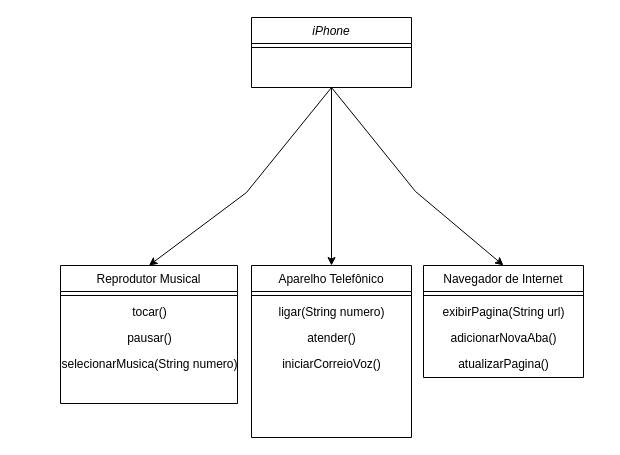
Earlier version of the draw.io diagram desafios/poo/Diagrama Desafio POO.drawio (gVesco/trilha-java-basico). Source tidied: cells renumbered, new cells numbered last; positions are measured from the earlier drawing's top-left corner, leaving out a move shared by most shapes. Both pictures are drawn from the tidied source at 100%, with x=0, y=0 at pixel (60, 17).
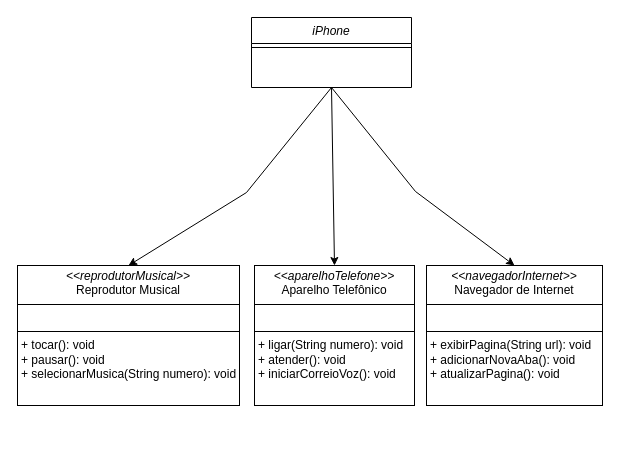
Above is the later version.

Unchanged cells that the change refers to:
```xml
<mxCell id="2" value="iPhone" style="swimlane;fontStyle=2;align=center;verticalAlign=top;horizontal=1;startSize=26;rounded=0;shadow=0;strokeWidth=1;" parent="1" vertex="1">
  <mxGeometry x="191" width="160" height="70" as="geometry" />
</mxCell>
```

The edit, as a diff of the source:
```diff
@@
-    <mxCell id="4" value="Reprodutor Musical" style="swimlane;fontStyle=0;align=center;verticalAlign=top;horizontal=1;startSize=26;rounded=0;shadow=0;strokeWidth=1;" parent="1" vertex="1">
-      <mxGeometry y="248" width="177" height="138" as="geometry" />
-    </mxCell>
-    <mxCell id="5" style="line;html=1;strokeWidth=1;align=left;verticalAlign=middle;spacingTop=-1;spacingLeft=3;spacingRight=3;labelPosition=right;" parent="4" vertex="1">
-      <mxGeometry y="26" width="177" height="8" as="geometry" />
-    </mxCell>
-    <mxCell id="6" value="tocar()" style="text;html=1;align=center;verticalAlign=middle;strokeColor=none;fillColor=none;" parent="4" vertex="1">
-      <mxGeometry y="34" width="177" height="26" as="geometry" />
-    </mxCell>
-    <mxCell id="7" value="pausar()" style="text;html=1;align=center;verticalAlign=middle;strokeColor=none;fillColor=none;" parent="4" vertex="1">
-      <mxGeometry y="60" width="177" height="26" as="geometry" />
-    </mxCell>
-    <mxCell id="8" value="selecionarMusica(String numero)" style="text;html=1;align=center;verticalAlign=middle;strokeColor=none;fillColor=none;" parent="4" vertex="1">
-      <mxGeometry y="86" width="177" height="26" as="geometry" />
-    </mxCell>
-    <mxCell id="9" value="Aparelho Telefônico" style="swimlane;fontStyle=0;align=center;verticalAlign=top;horizontal=1;startSize=26;rounded=0;shadow=0;strokeWidth=1;" parent="1" vertex="1">
-      <mxGeometry x="191" y="248" width="160" height="172" as="geometry" />
-    </mxCell>
-    <mxCell id="10" style="line;html=1;strokeWidth=1;align=left;verticalAlign=middle;spacingTop=-1;spacingLeft=3;spacingRight=3;labelPosition=right;" parent="9" vertex="1">
-      <mxGeometry y="26" width="160" height="8" as="geometry" />
-    </mxCell>
-    <mxCell id="11" value="ligar(String numero)" style="text;html=1;align=center;verticalAlign=middle;strokeColor=none;fillColor=none;" parent="9" vertex="1">
-      <mxGeometry y="34" width="160" height="26" as="geometry" />
-    </mxCell>
-    <mxCell id="12" value="atender()" style="text;html=1;align=center;verticalAlign=middle;strokeColor=none;fillColor=none;" parent="9" vertex="1">
-      <mxGeometry y="60" width="160" height="26" as="geometry" />
-    </mxCell>
-    <mxCell id="13" value="iniciarCorreioVoz()" style="text;html=1;align=center;verticalAlign=middle;strokeColor=none;fillColor=none;" parent="9" vertex="1">
-      <mxGeometry y="86" width="160" height="26" as="geometry" />
-    </mxCell>
-    <mxCell id="14" value="Navegador de Internet" style="swimlane;fontStyle=0;align=center;verticalAlign=top;horizontal=1;startSize=26;rounded=0;shadow=0;strokeWidth=1;" parent="1" vertex="1">
-      <mxGeometry x="363" y="248" width="160" height="112" as="geometry" />
-    </mxCell>
-    <mxCell id="15" style="line;html=1;strokeWidth=1;align=left;verticalAlign=middle;spacingTop=-1;spacingLeft=3;spacingRight=3;labelPosition=right;" parent="14" vertex="1">
-      <mxGeometry y="26" width="160" height="8" as="geometry" />
-    </mxCell>
-    <mxCell id="16" value="exibirPagina(String url)" style="text;html=1;align=center;verticalAlign=middle;strokeColor=none;fillColor=none;" parent="14" vertex="1">
-      <mxGeometry y="34" width="160" height="26" as="geometry" />
-    </mxCell>
-    <mxCell id="17" value="adicionarNovaAba()" style="text;html=1;align=center;verticalAlign=middle;strokeColor=none;fillColor=none;" parent="14" vertex="1">
-      <mxGeometry y="60" width="160" height="26" as="geometry" />
-    </mxCell>
-    <mxCell id="18" value="atualizarPagina()" style="text;html=1;align=center;verticalAlign=middle;strokeColor=none;fillColor=none;" parent="14" vertex="1">
-      <mxGeometry y="86" width="160" height="26" as="geometry" />
-    </mxCell>
-    <mxCell id="19" style="endArrow=classic;html=1;rounded=0;exitX=0.5;exitY=1;exitDx=0;exitDy=0;entryX=0.5;entryY=0;entryDx=0;entryDy=0;" parent="1" edge="1" source="2" target="9">
+    <mxCell id="19" style="endArrow=classic;html=1;rounded=0;exitX=0.5;exitY=1;exitDx=0;exitDy=0;entryX=0.5;entryY=0;entryDx=0;entryDy=0;" parent="1" edge="1" source="2" target="23">
       <mxGeometry relative="1" as="geometry" />
     </mxCell>
-    <mxCell id="20" style="endArrow=classic;html=1;rounded=0;exitX=0.5;exitY=1;exitDx=0;exitDy=0;entryX=0.5;entryY=0;entryDx=0;entryDy=0;" parent="1" edge="1" source="2" target="4">
+    <mxCell id="20" style="endArrow=classic;html=1;rounded=0;exitX=0.5;exitY=1;exitDx=0;exitDy=0;entryX=0.5;entryY=0;entryDx=0;entryDy=0;" parent="1" edge="1" source="2" target="22">
       <mxGeometry relative="1" as="geometry">
         <Array as="points">
           <mxPoint x="186" y="175" />
         </Array>
       </mxGeometry>
     </mxCell>
-    <mxCell id="21" style="endArrow=classic;html=1;rounded=0;exitX=0.5;exitY=1;exitDx=0;exitDy=0;entryX=0.5;entryY=0;entryDx=0;entryDy=0;" parent="1" edge="1" source="2" target="14">
+    <mxCell id="21" style="endArrow=classic;html=1;rounded=0;exitX=0.5;exitY=1;exitDx=0;exitDy=0;entryX=0.5;entryY=0;entryDx=0;entryDy=0;" parent="1" edge="1" source="2" target="24">
       <mxGeometry relative="1" as="geometry">
         <Array as="points">
           <mxPoint x="355" y="174" />
         </Array>
       </mxGeometry>
     </mxCell>
+    <mxCell id="22" value="&lt;p style=&quot;margin:0px;margin-top:4px;text-align:center;&quot;&gt;&lt;i&gt;&amp;lt;&amp;lt;reprodutorMusical&amp;gt;&amp;gt;&lt;/i&gt;&lt;br&gt;&lt;span style=&quot;text-wrap: nowrap;&quot;&gt;Reprodutor Musical&lt;/span&gt;&lt;br&gt;&lt;/p&gt;&lt;hr size=&quot;1&quot; style=&quot;border-style:solid;&quot;&gt;&lt;p style=&quot;margin:0px;margin-left:4px;&quot;&gt;&lt;br&gt;&lt;/p&gt;&lt;hr size=&quot;1&quot; style=&quot;border-style:solid;&quot;&gt;&lt;p style=&quot;margin:0px;margin-left:4px;&quot;&gt;+&amp;nbsp;&lt;span style=&quot;text-wrap: nowrap; text-align: center;&quot;&gt;tocar()&lt;/span&gt;: void&lt;br&gt;+&amp;nbsp;&lt;span style=&quot;text-wrap: nowrap; text-align: center;&quot;&gt;pausar()&lt;/span&gt;: void&lt;br&gt;&lt;/p&gt;&lt;p style=&quot;margin:0px;margin-left:4px;&quot;&gt;+&amp;nbsp;&lt;span style=&quot;text-wrap: nowrap; text-align: center;&quot;&gt;selecionarMusica(String numero)&lt;/span&gt;&lt;span style=&quot;background-color: initial;&quot;&gt;: void&lt;/span&gt;&lt;br&gt;&lt;/p&gt;" style="verticalAlign=top;align=left;overflow=fill;html=1;whiteSpace=wrap;" parent="1" vertex="1">
+      <mxGeometry x="-43" y="248" width="222" height="140" as="geometry" />
+    </mxCell>
+    <mxCell id="23" value="&lt;p style=&quot;margin:0px;margin-top:4px;text-align:center;&quot;&gt;&lt;i&gt;&amp;lt;&amp;lt;aparelhoTelefone&amp;gt;&amp;gt;&lt;/i&gt;&lt;br&gt;&lt;span style=&quot;text-wrap: nowrap;&quot;&gt;Aparelho Telefônico&lt;/span&gt;&lt;br&gt;&lt;/p&gt;&lt;hr size=&quot;1&quot; style=&quot;border-style:solid;&quot;&gt;&lt;p style=&quot;margin:0px;margin-left:4px;&quot;&gt;&lt;br&gt;&lt;/p&gt;&lt;hr size=&quot;1&quot; style=&quot;border-style:solid;&quot;&gt;&lt;p style=&quot;margin:0px;margin-left:4px;&quot;&gt;+&amp;nbsp;&lt;span style=&quot;text-align: center; text-wrap: nowrap;&quot;&gt;ligar(String numero): void&lt;/span&gt;&lt;br&gt;+&amp;nbsp;&lt;span style=&quot;text-align: center; text-wrap: nowrap;&quot;&gt;atender()&lt;/span&gt;: void&lt;br&gt;&lt;/p&gt;&lt;p style=&quot;margin:0px;margin-left:4px;&quot;&gt;+&amp;nbsp;&lt;span style=&quot;text-align: center; text-wrap: nowrap;&quot;&gt;iniciarCorreioVoz()&lt;/span&gt;&lt;span style=&quot;background-color: initial;&quot;&gt;: void&lt;/span&gt;&lt;br&gt;&lt;/p&gt;" style="verticalAlign=top;align=left;overflow=fill;html=1;whiteSpace=wrap;" parent="1" vertex="1">
+      <mxGeometry x="194" y="248" width="160" height="140" as="geometry" />
+    </mxCell>
+    <mxCell id="24" value="&lt;p style=&quot;margin:0px;margin-top:4px;text-align:center;&quot;&gt;&lt;i&gt;&amp;lt;&amp;lt;navegadorInternet&amp;gt;&amp;gt;&lt;/i&gt;&lt;br&gt;&lt;span style=&quot;text-wrap: nowrap;&quot;&gt;Navegador de Internet&lt;/span&gt;&lt;/p&gt;&lt;hr size=&quot;1&quot; style=&quot;border-style:solid;&quot;&gt;&lt;p style=&quot;margin:0px;margin-left:4px;&quot;&gt;&lt;br&gt;&lt;/p&gt;&lt;hr size=&quot;1&quot; style=&quot;border-style:solid;&quot;&gt;&lt;p style=&quot;margin:0px;margin-left:4px;&quot;&gt;+&amp;nbsp;&lt;span style=&quot;text-align: center; text-wrap: nowrap;&quot;&gt;exibirPagina(String url)&lt;/span&gt;&lt;span style=&quot;text-align: center; text-wrap: nowrap;&quot;&gt;: void&lt;/span&gt;&lt;br&gt;+&amp;nbsp;&lt;span style=&quot;text-align: center; text-wrap: nowrap;&quot;&gt;adicionarNovaAba()&lt;/span&gt;: void&lt;br&gt;&lt;/p&gt;&lt;p style=&quot;margin:0px;margin-left:4px;&quot;&gt;+&amp;nbsp;&lt;span style=&quot;text-align: center; text-wrap: nowrap;&quot;&gt;atualizarPagina()&lt;/span&gt;&lt;span style=&quot;background-color: initial;&quot;&gt;: void&lt;/span&gt;&lt;br&gt;&lt;/p&gt;" style="verticalAlign=top;align=left;overflow=fill;html=1;whiteSpace=wrap;" parent="1" vertex="1">
+      <mxGeometry x="366" y="248" width="176" height="140" as="geometry" />
+    </mxCell>
```
